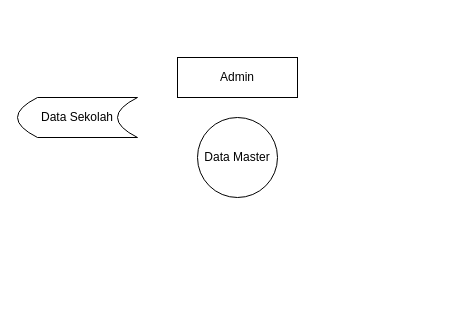
Before: DFD L-1.drawio in laifcity/erapor, a draw.io diagram. Source tidied: cells renumbered, new cells numbered last; positions are measured from the earlier drawing's top-left corner, leaving out a move shared by most shapes. Both pictures are drawn from the tidied source at 100%, with x=0, y=0 at pixel (17, 57).
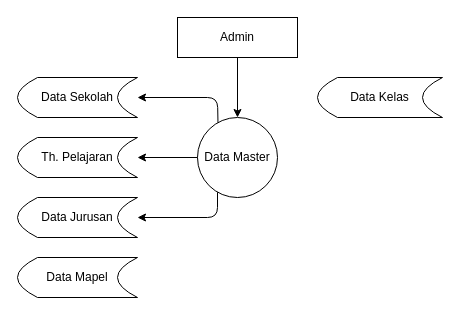
Above is the later version.

Diff of the diagram source:
```diff
@@
 <mxGraphModel>
   <root>
     <mxCell id="0" />
     <mxCell id="1" parent="0" />
     <mxCell id="2" value="Data Master" style="ellipse;whiteSpace=wrap;html=1;" parent="1" vertex="1">
       <mxGeometry x="180" y="60" width="80" height="80" as="geometry" />
     </mxCell>
     <mxCell id="3" value="Admin" style="rounded=0;whiteSpace=wrap;html=1;" parent="1" vertex="1">
-      <mxGeometry x="160" width="120" height="40" as="geometry" />
+      <mxGeometry x="160" y="-40" width="120" height="40" as="geometry" />
     </mxCell>
     <mxCell id="4" value="Data Sekolah" style="shape=dataStorage;whiteSpace=wrap;html=1;fixedSize=1;" parent="1" vertex="1">
-      <mxGeometry y="40" width="120" height="40" as="geometry" />
+      <mxGeometry y="20" width="120" height="40" as="geometry" />
     </mxCell>
+    <mxCell id="5" style="endArrow=classic;html=1;entryX=1;entryY=0.5;entryDx=0;entryDy=0;exitX=0.256;exitY=0.065;exitDx=0;exitDy=0;exitPerimeter=0;" parent="1" edge="1" source="2" target="4">
+      <mxGeometry relative="1" as="geometry">
+        <Array as="points">
+          <mxPoint x="200" y="40" />
+        </Array>
+      </mxGeometry>
+    </mxCell>
+    <mxCell id="6" style="endArrow=classic;html=1;exitX=0.5;exitY=1;exitDx=0;exitDy=0;" parent="1" edge="1" source="3">
+      <mxGeometry relative="1" as="geometry">
+        <mxPoint x="220" y="60" as="targetPoint" />
+      </mxGeometry>
+    </mxCell>
+    <mxCell id="7" value="Th. Pelajaran" style="shape=dataStorage;whiteSpace=wrap;html=1;fixedSize=1;" parent="1" vertex="1">
+      <mxGeometry y="80" width="120" height="40" as="geometry" />
+    </mxCell>
+    <mxCell id="8" style="endArrow=classic;html=1;entryX=1;entryY=0.5;entryDx=0;entryDy=0;exitX=0;exitY=0.5;exitDx=0;exitDy=0;" parent="1" edge="1" source="2" target="7">
+      <mxGeometry relative="1" as="geometry" />
+    </mxCell>
+    <mxCell id="9" value="Data Jurusan" style="shape=dataStorage;whiteSpace=wrap;html=1;fixedSize=1;" parent="1" vertex="1">
+      <mxGeometry y="140" width="120" height="40" as="geometry" />
+    </mxCell>
+    <mxCell id="10" style="endArrow=classic;html=1;entryX=1;entryY=0.5;entryDx=0;entryDy=0;exitX=0.25;exitY=0.934;exitDx=0;exitDy=0;exitPerimeter=0;" parent="1" edge="1" source="2" target="9">
+      <mxGeometry relative="1" as="geometry">
+        <Array as="points">
+          <mxPoint x="200" y="160" />
+        </Array>
+      </mxGeometry>
+    </mxCell>
+    <mxCell id="11" value="Data Mapel" style="shape=dataStorage;whiteSpace=wrap;html=1;fixedSize=1;" parent="1" vertex="1">
+      <mxGeometry y="200" width="120" height="40" as="geometry" />
+    </mxCell>
+    <mxCell id="12" value="Data Kelas" style="shape=dataStorage;whiteSpace=wrap;html=1;fixedSize=1;" parent="1" vertex="1">
+      <mxGeometry x="300" y="20" width="125" height="40" as="geometry" />
+    </mxCell>
   </root>
 </mxGraphModel>
```
